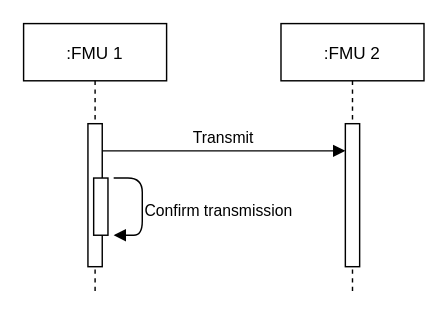
Above: docs/images/principles_of_communication_direct.drawio in modelica/fmi-ls-bus (draw.io), before the change. Source tidied: cells renumbered, new cells numbered last; positions are measured from the earlier drawing's top-left corner, leaving out a move shared by most shapes. Both pictures are drawn from the tidied source at 143%, with x=0, y=0 at pixel (23, 23).
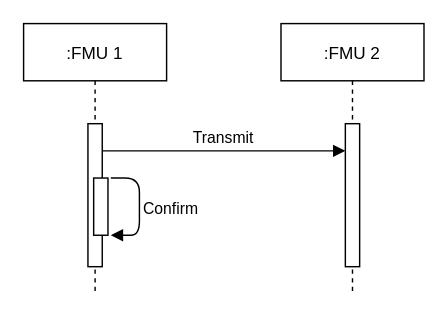
The same page after the edit.

Diff of the diagram source:
```diff
@@
 <mxGraphModel>
   <root>
     <mxCell id="0" />
     <mxCell id="1" parent="0" />
     <mxCell id="2" value=":FMU 1" style="shape=umlLifeline;perimeter=lifelinePerimeter;rounded=0;shadow=0;strokeWidth=1;" parent="1" vertex="1">
       <mxGeometry width="100" height="190" as="geometry" />
     </mxCell>
     <mxCell id="3" style="perimeter=orthogonalPerimeter;rounded=0;shadow=0;strokeWidth=1;" parent="2" vertex="1">
       <mxGeometry x="45" y="70" width="10" height="100" as="geometry" />
     </mxCell>
     <mxCell id="4" style="perimeter=orthogonalPerimeter;rounded=0;shadow=0;strokeWidth=1;" parent="2" vertex="1">
       <mxGeometry x="49" y="108" width="10" height="40" as="geometry" />
     </mxCell>
-    <mxCell id="5" value="Confirm transmission" style="verticalAlign=bottom;endArrow=block;shadow=0;strokeWidth=1;align=left;" parent="2" edge="1">
+    <mxCell id="5" value="Confirm" style="verticalAlign=bottom;endArrow=block;shadow=0;strokeWidth=1;align=left;spacingRight=1;spacing=3;" parent="2" edge="1">
       <mxGeometry x="0.3" relative="1" as="geometry">
-        <mxPoint x="63" y="108" as="sourcePoint" />
-        <mxPoint x="63" y="148" as="targetPoint" />
+        <mxPoint x="61" y="108" as="sourcePoint" />
+        <mxPoint x="61" y="148" as="targetPoint" />
         <Array as="points">
-          <mxPoint x="83" y="108" />
-          <mxPoint x="83" y="148" />
+          <mxPoint x="81" y="108" />
+          <mxPoint x="81" y="148" />
         </Array>
       </mxGeometry>
     </mxCell>
     <mxCell id="6" value=":FMU 2" style="shape=umlLifeline;perimeter=lifelinePerimeter;rounded=0;shadow=0;strokeWidth=1;" parent="1" vertex="1">
       <mxGeometry x="180" width="100" height="190" as="geometry" />
     </mxCell>
     <mxCell id="7" style="perimeter=orthogonalPerimeter;rounded=0;shadow=0;strokeWidth=1;" parent="6" vertex="1">
       <mxGeometry x="45" y="70" width="10" height="100" as="geometry" />
     </mxCell>
     <mxCell id="8" value="Transmit" style="verticalAlign=bottom;endArrow=block;entryX=0;entryY=0;shadow=0;strokeWidth=1;" parent="1" edge="1">
       <mxGeometry relative="1" as="geometry">
         <mxPoint x="55" y="89" as="sourcePoint" />
         <mxPoint x="225" y="89" as="targetPoint" />
       </mxGeometry>
     </mxCell>
   </root>
 </mxGraphModel>
```
